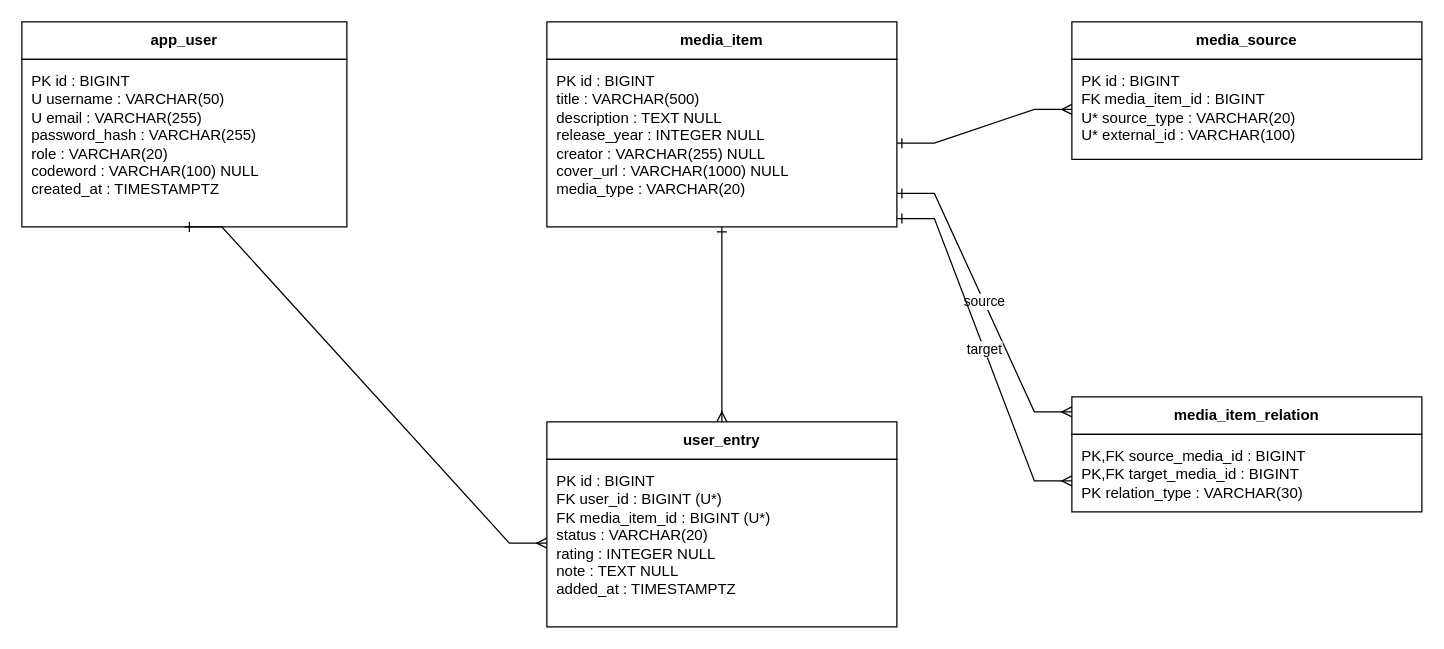
enessosa/MediaSystem keeps this draw.io diagram as Documentation/Diagrams/ER-Diagram/ER-Diagram.drawio. Above is the earlier version. Source tidied: cells renumbered, new cells numbered last; positions are measured from the earlier drawing's top-left corner, leaving out a move shared by most shapes. Both pictures are drawn from the tidied source at 125%, with x=0, y=0 at pixel (21, 21).
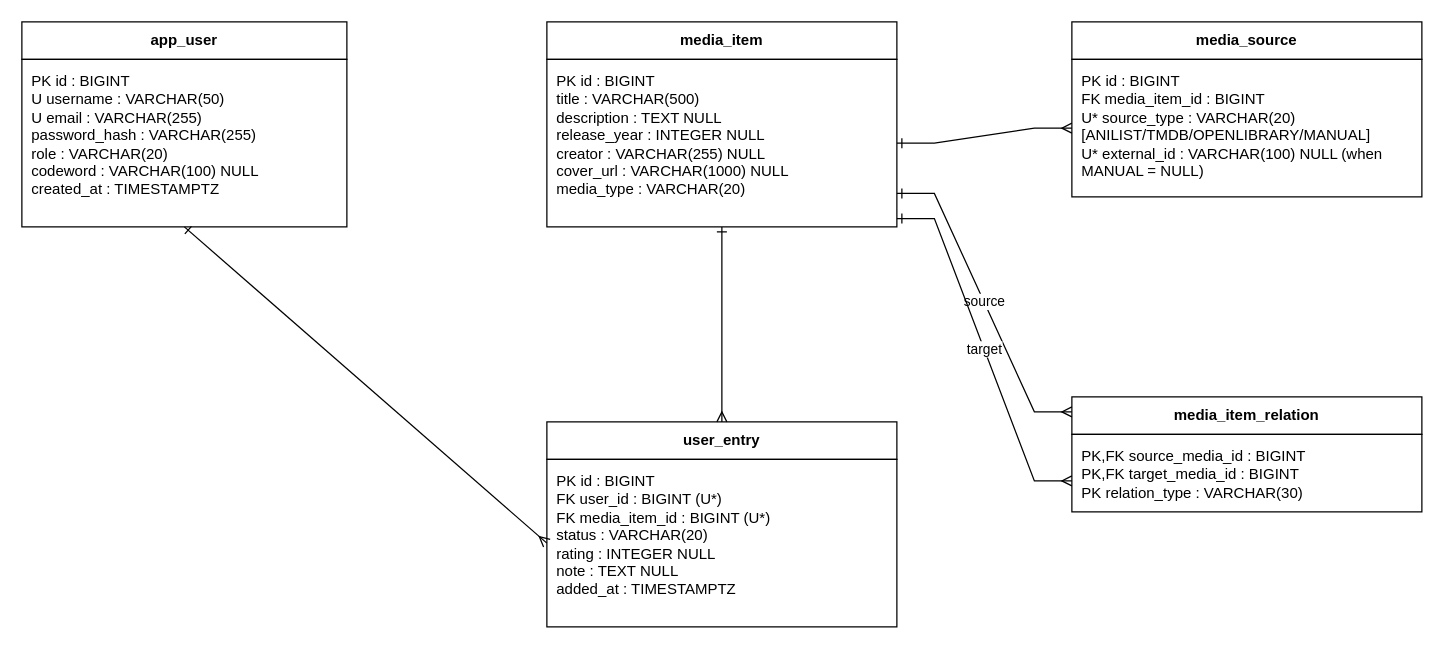
Above is the later version.

Commit message (it also covers changes not shown here):
modified the Class-Diagram and added ADR-005 and Deployment Diagram

Change to the diagram source:
```diff
@@
 <mxGraphModel>
   <root>
     <mxCell id="0" />
     <mxCell id="1" parent="0" />
     <mxCell id="2" value="app_user" style="rounded=0;whiteSpace=wrap;html=1;fillColor=#ffffff;strokeColor=#000000;fontColor=#000000;fontStyle=1;align=center;verticalAlign=middle;" parent="1" vertex="1">
       <mxGeometry width="260" height="30" as="geometry" />
     </mxCell>
     <mxCell id="3" value="PK  id : BIGINT&#10;U   username : VARCHAR(50)&#10;U   email : VARCHAR(255)&#10;      password_hash : VARCHAR(255)&#10;      role : VARCHAR(20)&#10;      codeword : VARCHAR(100) NULL&#10;      created_at : TIMESTAMPTZ" style="rounded=0;whiteSpace=wrap;html=1;fillColor=#ffffff;strokeColor=#000000;fontColor=#000000;align=left;verticalAlign=top;spacingLeft=6;spacingTop=4;" parent="1" vertex="1">
       <mxGeometry y="30" width="260" height="134" as="geometry" />
     </mxCell>
     <mxCell id="4" value="media_item" style="rounded=0;whiteSpace=wrap;html=1;fillColor=#ffffff;strokeColor=#000000;fontColor=#000000;fontStyle=1;align=center;verticalAlign=middle;" parent="1" vertex="1">
       <mxGeometry x="420" width="280" height="30" as="geometry" />
     </mxCell>
     <mxCell id="5" value="PK  id : BIGINT&#10;      title : VARCHAR(500)&#10;      description : TEXT NULL&#10;      release_year : INTEGER NULL&#10;      creator : VARCHAR(255) NULL&#10;      cover_url : VARCHAR(1000) NULL&#10;      media_type : VARCHAR(20)" style="rounded=0;whiteSpace=wrap;html=1;fillColor=#ffffff;strokeColor=#000000;fontColor=#000000;align=left;verticalAlign=top;spacingLeft=6;spacingTop=4;" parent="1" vertex="1">
       <mxGeometry x="420" y="30" width="280" height="134" as="geometry" />
     </mxCell>
     <mxCell id="6" value="media_source" style="rounded=0;whiteSpace=wrap;html=1;fillColor=#ffffff;strokeColor=#000000;fontColor=#000000;fontStyle=1;align=center;verticalAlign=middle;" parent="1" vertex="1">
       <mxGeometry x="840" width="280" height="30" as="geometry" />
     </mxCell>
-    <mxCell id="7" value="PK  id : BIGINT&#10;FK  media_item_id : BIGINT&#10;U*  source_type : VARCHAR(20)&#10;U*  external_id : VARCHAR(100)" style="rounded=0;whiteSpace=wrap;html=1;fillColor=#ffffff;strokeColor=#000000;fontColor=#000000;align=left;verticalAlign=top;spacingLeft=6;spacingTop=4;" parent="1" vertex="1">
-      <mxGeometry x="840" y="30" width="280" height="80" as="geometry" />
+    <mxCell id="7" value="PK  id : BIGINT&lt;br&gt;FK  media_item_id : BIGINT&lt;br&gt;U*  source_type : VARCHAR(20)  [ANILIST/TMDB/OPENLIBRARY/MANUAL]&lt;br&gt;U*  external_id : VARCHAR(100) NULL  (when MANUAL = NULL)" style="rounded=0;whiteSpace=wrap;html=1;fillColor=#ffffff;strokeColor=#000000;fontColor=#000000;align=left;verticalAlign=top;spacingLeft=6;spacingTop=4;" parent="1" vertex="1">
+      <mxGeometry x="840" y="30" width="280" height="110" as="geometry" />
     </mxCell>
     <mxCell id="8" value="user_entry" style="rounded=0;whiteSpace=wrap;html=1;fillColor=#ffffff;strokeColor=#000000;fontColor=#000000;fontStyle=1;align=center;verticalAlign=middle;" parent="1" vertex="1">
       <mxGeometry x="420" y="320" width="280" height="30" as="geometry" />
     </mxCell>
     <mxCell id="9" value="PK  id : BIGINT&#10;FK  user_id : BIGINT (U*)&#10;FK  media_item_id : BIGINT (U*)&#10;      status : VARCHAR(20)&#10;      rating : INTEGER NULL&#10;      note : TEXT NULL&#10;      added_at : TIMESTAMPTZ" style="rounded=0;whiteSpace=wrap;html=1;fillColor=#ffffff;strokeColor=#000000;fontColor=#000000;align=left;verticalAlign=top;spacingLeft=6;spacingTop=4;" parent="1" vertex="1">
       <mxGeometry x="420" y="350" width="280" height="134" as="geometry" />
     </mxCell>
     <mxCell id="10" value="media_item_relation" style="rounded=0;whiteSpace=wrap;html=1;fillColor=#ffffff;strokeColor=#000000;fontColor=#000000;fontStyle=1;align=center;verticalAlign=middle;" parent="1" vertex="1">
       <mxGeometry x="840" y="300" width="280" height="30" as="geometry" />
     </mxCell>
     <mxCell id="11" value="PK,FK  source_media_id : BIGINT&#10;PK,FK  target_media_id : BIGINT&#10;PK       relation_type : VARCHAR(30)" style="rounded=0;whiteSpace=wrap;html=1;fillColor=#ffffff;strokeColor=#000000;fontColor=#000000;align=left;verticalAlign=top;spacingLeft=6;spacingTop=4;" parent="1" vertex="1">
       <mxGeometry x="840" y="330" width="280" height="62" as="geometry" />
     </mxCell>
-    <mxCell id="12" style="edgeStyle=entityRelationEdgeStyle;rounded=0;html=1;endArrow=ERmany;startArrow=ERone;strokeColor=#000000;exitX=0.5;exitY=1;entryX=0;entryY=0.5;" parent="1" edge="1" source="3" target="9">
+    <mxCell id="12" style="rounded=0;html=1;endArrow=ERmany;startArrow=ERone;strokeColor=#000000;exitX=0.5;exitY=1;entryX=0;entryY=0.5;" parent="1" edge="1" source="3" target="9">
       <mxGeometry relative="1" as="geometry" />
     </mxCell>
     <mxCell id="13" style="rounded=0;html=1;endArrow=ERmany;startArrow=ERone;strokeColor=#000000;entryX=0.5;entryY=0;entryDx=0;entryDy=0;exitX=0.5;exitY=1;exitDx=0;exitDy=0;" parent="1" edge="1" source="5" target="8">
       <mxGeometry relative="1" as="geometry" />
     </mxCell>
     <mxCell id="14" style="edgeStyle=entityRelationEdgeStyle;rounded=0;html=1;endArrow=ERmany;startArrow=ERone;strokeColor=#000000;exitX=1;exitY=0.5;entryX=0;entryY=0.5;" parent="1" edge="1" source="5" target="7">
       <mxGeometry relative="1" as="geometry" />
     </mxCell>
     <mxCell id="15" value="source" style="edgeStyle=entityRelationEdgeStyle;rounded=0;html=1;endArrow=ERmany;startArrow=ERone;strokeColor=#000000;fontColor=#000000;exitX=1;exitY=0.8;entryX=0;entryY=0.4;" parent="1" edge="1" source="5" target="10">
       <mxGeometry relative="1" as="geometry" />
     </mxCell>
     <mxCell id="16" value="target" style="edgeStyle=entityRelationEdgeStyle;rounded=0;html=1;endArrow=ERmany;startArrow=ERone;strokeColor=#000000;fontColor=#000000;exitX=1;exitY=0.95;entryX=0;entryY=0.6;" parent="1" edge="1" source="5" target="11">
       <mxGeometry relative="1" as="geometry" />
     </mxCell>
   </root>
 </mxGraphModel>
```
